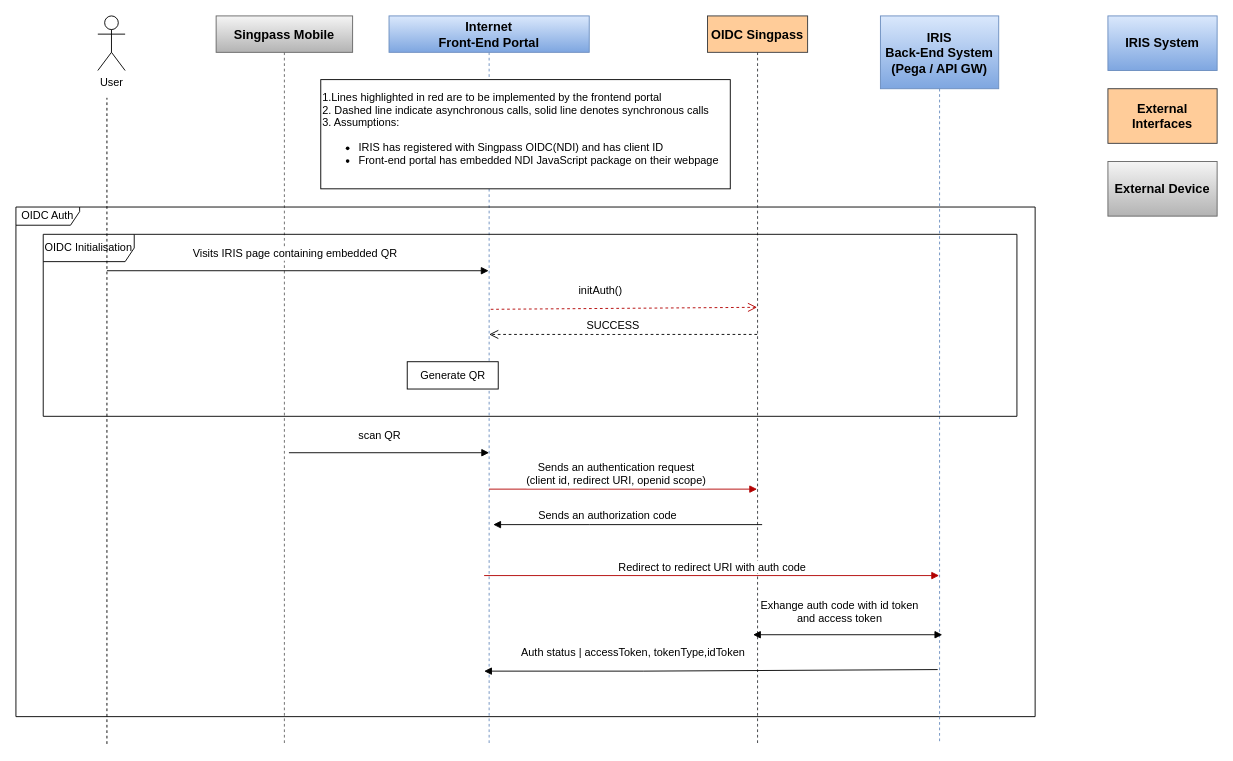
This is updated auth flow.drawio from RachelGnanaraj/app.diagrams, a draw.io file, before an edit. Source tidied: cells renumbered, new cells numbered last; positions are measured from the earlier drawing's top-left corner, leaving out a move shared by most shapes. Both pictures are drawn from the tidied source at 91%, with x=0, y=0 at pixel (15, 15).
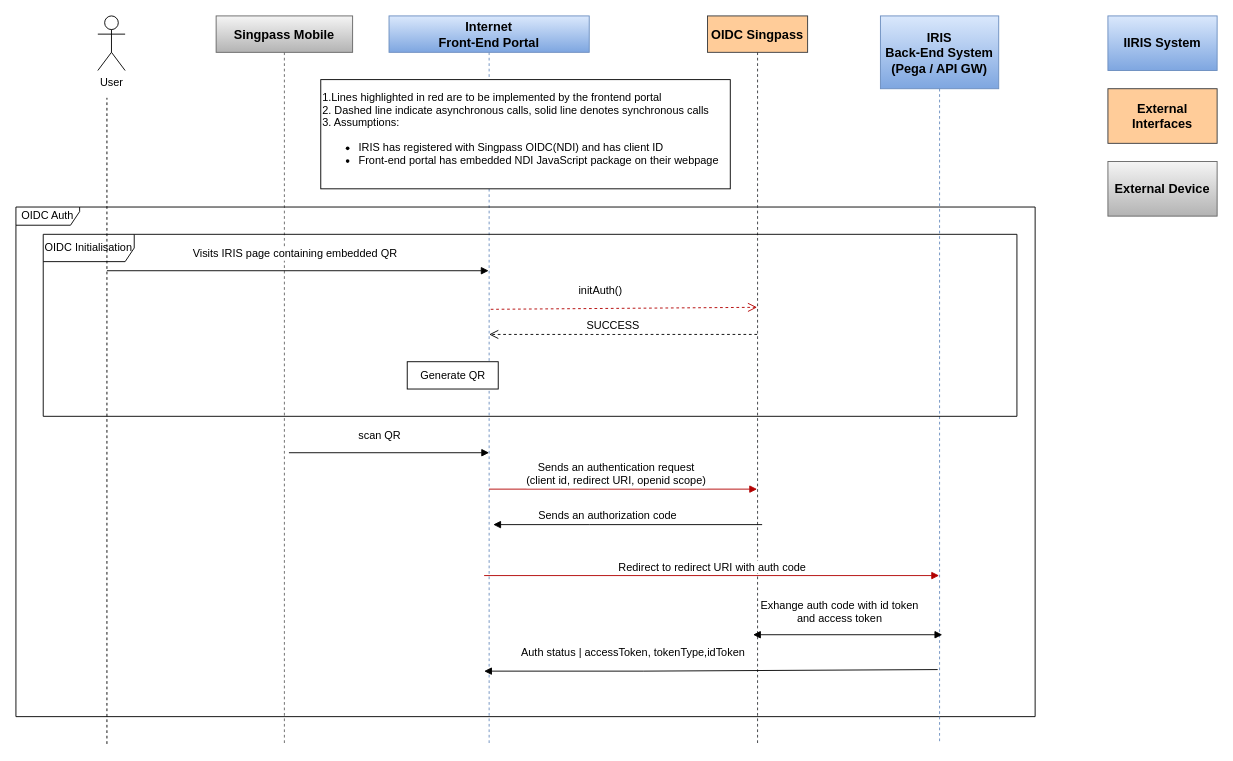
The same page after the edit.

What changed in the source:
```diff
@@
-    <mxCell id="21" value="&lt;font style=&quot;font-size: 14px;&quot;&gt;&lt;b&gt;IRIS System&lt;/b&gt;&lt;/font&gt;" style="rounded=0;whiteSpace=wrap;html=1;fontSize=12;fillColor=#dae8fc;gradientColor=#7ea6e0;strokeColor=#6c8ebf;" parent="1" vertex="1">
+    <mxCell id="21" value="&lt;font style=&quot;font-size: 14px;&quot;&gt;&lt;b&gt;IIRIS System&lt;/b&gt;&lt;/font&gt;" style="rounded=0;whiteSpace=wrap;html=1;fontSize=12;fillColor=#dae8fc;gradientColor=#7ea6e0;strokeColor=#6c8ebf;" parent="1" vertex="1">
       <mxGeometry x="1200" width="120" height="60" as="geometry" />
     </mxCell>
```
